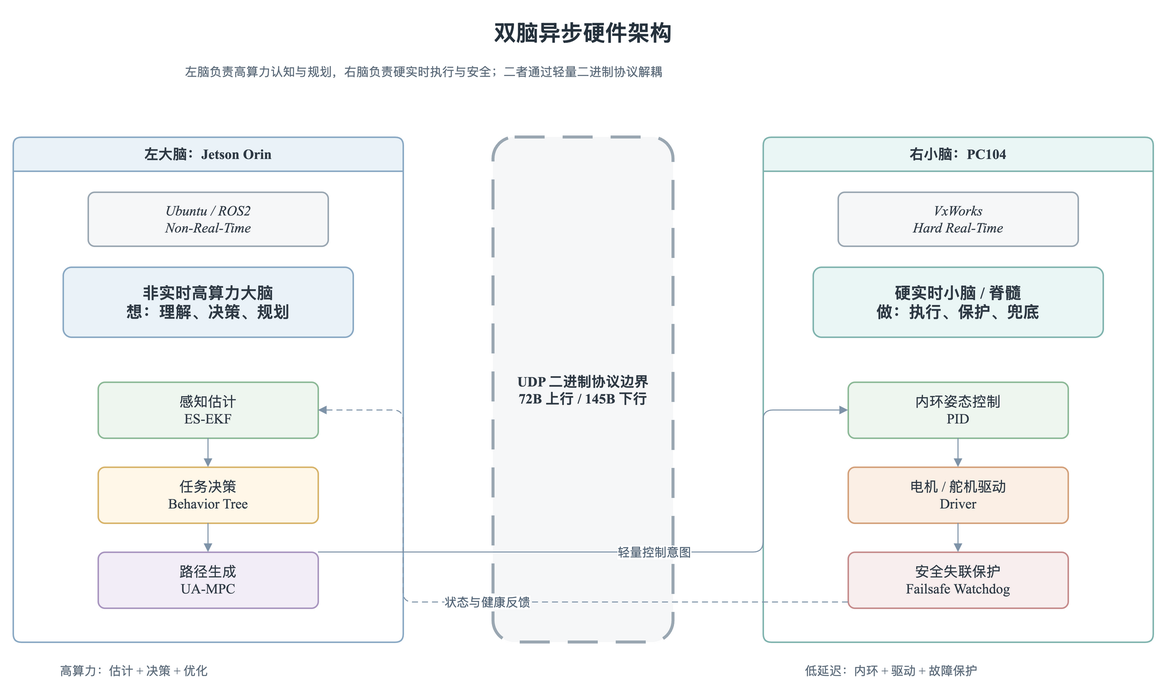
This is docs/thesis/figures/architecture/auv_v2_dual_brain_async_hardware.drawio.png from 360ZMEM/AUV-Master-Project, a draw.io export, as it was before one commit. Source tidied: cells renumbered, new cells last; positions are measured from the earlier drawing's top-left corner, leaving out a move shared by most shapes.
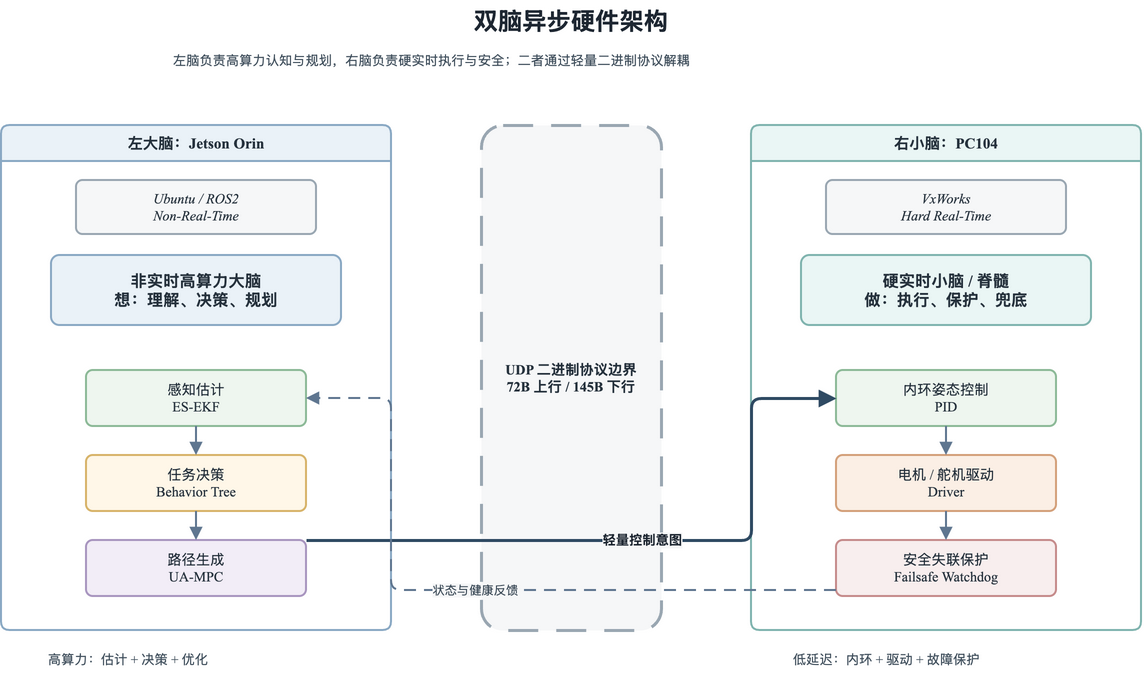
The same diagram one commit later.

What changed in the source:
```diff
@@ -2,70 +2,70 @@
   <root>
     <mxCell id="0" />
     <mxCell id="1" parent="0" />
-    <mxCell id="2" value="双脑异步硬件架构" style="text;html=1;strokeColor=none;fillColor=none;align=center;verticalAlign=middle;whiteSpace=wrap;rounded=0;fontFamily=Noto Serif CJK SC,Times New Roman;fontSize=22;fontStyle=1;fontColor=#26323D;" parent="1" vertex="1">
+    <mxCell id="2" value="双脑异步硬件架构" style="text;html=1;strokeColor=none;fillColor=none;align=center;verticalAlign=middle;whiteSpace=wrap;rounded=0;fontFamily=Noto Serif CJK SC,Times New Roman;fontSize=24;fontStyle=1;fontColor=#1E2732;" parent="1" vertex="1">
       <mxGeometry x="260" width="620" height="42" as="geometry" />
     </mxCell>
-    <mxCell id="3" value="左脑负责高算力认知与规划，右脑负责硬实时执行与安全；二者通过轻量二进制协议解耦" style="text;html=1;strokeColor=none;fillColor=none;align=left;verticalAlign=top;whiteSpace=wrap;rounded=0;fontFamily=Noto Serif CJK SC,Times New Roman;fontSize=12;fontColor=#5C6B7A;" parent="1" vertex="1">
+    <mxCell id="3" value="左脑负责高算力认知与规划，右脑负责硬实时执行与安全；二者通过轻量二进制协议解耦" style="text;html=1;strokeColor=none;fillColor=none;align=left;verticalAlign=top;whiteSpace=wrap;rounded=0;fontFamily=Noto Serif CJK SC,Times New Roman;fontSize=13;fontColor=#43525F;" parent="1" vertex="1">
       <mxGeometry x="170" y="46" width="820" height="34" as="geometry" />
     </mxCell>
-    <mxCell id="4" value="左大脑：Jetson Orin" style="swimlane;whiteSpace=wrap;html=1;startSize=34;rounded=1;arcSize=8;fillColor=#EAF2F8;strokeColor=#8AA9C4;strokeWidth=1.5;fontFamily=Noto Serif CJK SC,Times New Roman;fontSize=14;fontColor=#2F3A45;" parent="1" vertex="1">
+    <mxCell id="4" value="左大脑：Jetson Orin" style="swimlane;whiteSpace=wrap;html=1;startSize=36;rounded=1;arcSize=8;fillColor=#EAF2F8;strokeColor=#8AA9C4;strokeWidth=2;fontFamily=Noto Serif CJK SC,Times New Roman;fontSize=14;fontColor=#26323D;fontStyle=1;fontSize=15;" parent="1" vertex="1">
       <mxGeometry y="125" width="390" height="505" as="geometry" />
     </mxCell>
-    <mxCell id="5" value="右小脑：PC104" style="swimlane;whiteSpace=wrap;html=1;startSize=34;rounded=1;arcSize=8;fillColor=#EAF6F5;strokeColor=#80B4AF;strokeWidth=1.5;fontFamily=Noto Serif CJK SC,Times New Roman;fontSize=14;fontColor=#2F3A45;" parent="1" vertex="1">
+    <mxCell id="5" value="右小脑：PC104" style="swimlane;whiteSpace=wrap;html=1;startSize=36;rounded=1;arcSize=8;fillColor=#EAF6F5;strokeColor=#80B4AF;strokeWidth=2;fontFamily=Noto Serif CJK SC,Times New Roman;fontSize=14;fontColor=#26323D;fontStyle=1;fontSize=15;" parent="1" vertex="1">
       <mxGeometry x="750" y="125" width="390" height="505" as="geometry" />
     </mxCell>
-    <mxCell id="6" value="UDP 二进制协议边界&#10;72B 上行 / 145B 下行" style="rounded=1;whiteSpace=wrap;html=1;arcSize=12;fillColor=#F6F7F8;strokeColor=#9AA7B2;strokeWidth=1.5;spacing=8;fontFamily=Noto Serif CJK SC,Times New Roman;fontSize=14;fontColor=#2F3A45;dashed=1;dashPattern=10 6;strokeWidth=3;fontStyle=1;" parent="1" vertex="1">
+    <mxCell id="6" value="UDP 二进制协议边界&#10;72B 上行 / 145B 下行" style="rounded=1;whiteSpace=wrap;html=1;arcSize=12;fillColor=#F6F7F8;strokeColor=#9AA7B2;strokeWidth=2;spacing=8;shadow=0;fontFamily=Noto Serif CJK SC,Times New Roman;fontSize=14;fontColor=#26323D;dashed=1;dashPattern=10 6;strokeWidth=3;fontStyle=1;" parent="1" vertex="1">
       <mxGeometry x="480" y="125" width="180" height="505" as="geometry" />
     </mxCell>
-    <mxCell id="7" value="Ubuntu / ROS2&#10;Non-Real-Time" style="rounded=1;whiteSpace=wrap;html=1;arcSize=12;fillColor=#F6F7F8;strokeColor=#9AA7B2;strokeWidth=1.5;spacing=8;fontFamily=Noto Serif CJK SC,Times New Roman;fontSize=14;fontColor=#2F3A45;fontStyle=2;" parent="4" vertex="1">
+    <mxCell id="7" value="Ubuntu / ROS2&#10;Non-Real-Time" style="rounded=1;whiteSpace=wrap;html=1;arcSize=12;fillColor=#F6F7F8;strokeColor=#9AA7B2;strokeWidth=2;spacing=8;shadow=0;fontFamily=Noto Serif CJK SC,Times New Roman;fontSize=14;fontColor=#26323D;fontStyle=2;" parent="4" vertex="1">
       <mxGeometry x="75" y="55" width="240" height="54" as="geometry" />
     </mxCell>
-    <mxCell id="8" value="非实时高算力大脑&#10;想：理解、决策、规划" style="rounded=1;whiteSpace=wrap;html=1;arcSize=12;fillColor=#EAF2F8;strokeColor=#8AA9C4;strokeWidth=1.5;spacing=8;fontFamily=Noto Serif CJK SC,Times New Roman;fontSize=14;fontColor=#2F3A45;fontSize=16;fontStyle=1;" parent="4" vertex="1">
+    <mxCell id="8" value="非实时高算力大脑&#10;想：理解、决策、规划" style="rounded=1;whiteSpace=wrap;html=1;arcSize=12;fillColor=#EAF2F8;strokeColor=#8AA9C4;strokeWidth=2;spacing=8;shadow=0;fontFamily=Noto Serif CJK SC,Times New Roman;fontSize=14;fontColor=#26323D;fontSize=16;fontStyle=1;" parent="4" vertex="1">
       <mxGeometry x="50" y="130" width="290" height="70" as="geometry" />
     </mxCell>
-    <mxCell id="9" value="感知估计&#10;ES-EKF" style="rounded=1;whiteSpace=wrap;html=1;arcSize=12;fillColor=#EEF6EF;strokeColor=#8DBA98;strokeWidth=1.5;spacing=8;fontFamily=Noto Serif CJK SC,Times New Roman;fontSize=14;fontColor=#2F3A45;" parent="4" vertex="1">
+    <mxCell id="9" value="感知估计&#10;ES-EKF" style="rounded=1;whiteSpace=wrap;html=1;arcSize=12;fillColor=#EEF6EF;strokeColor=#8DBA98;strokeWidth=2;spacing=8;shadow=0;fontFamily=Noto Serif CJK SC,Times New Roman;fontSize=14;fontColor=#26323D;" parent="4" vertex="1">
       <mxGeometry x="85" y="245" width="220" height="56" as="geometry" />
     </mxCell>
-    <mxCell id="10" value="任务决策&#10;Behavior Tree" style="rounded=1;whiteSpace=wrap;html=1;arcSize=12;fillColor=#FFF7E8;strokeColor=#D8B46A;strokeWidth=1.5;spacing=8;fontFamily=Noto Serif CJK SC,Times New Roman;fontSize=14;fontColor=#2F3A45;" parent="4" vertex="1">
+    <mxCell id="10" value="任务决策&#10;Behavior Tree" style="rounded=1;whiteSpace=wrap;html=1;arcSize=12;fillColor=#FFF7E8;strokeColor=#D8B46A;strokeWidth=2;spacing=8;shadow=0;fontFamily=Noto Serif CJK SC,Times New Roman;fontSize=14;fontColor=#26323D;" parent="4" vertex="1">
       <mxGeometry x="85" y="330" width="220" height="56" as="geometry" />
     </mxCell>
-    <mxCell id="11" value="路径生成&#10;UA-MPC" style="rounded=1;whiteSpace=wrap;html=1;arcSize=12;fillColor=#F2EDF7;strokeColor=#A996C0;strokeWidth=1.5;spacing=8;fontFamily=Noto Serif CJK SC,Times New Roman;fontSize=14;fontColor=#2F3A45;" parent="4" vertex="1">
+    <mxCell id="11" value="路径生成&#10;UA-MPC" style="rounded=1;whiteSpace=wrap;html=1;arcSize=12;fillColor=#F2EDF7;strokeColor=#A996C0;strokeWidth=2;spacing=8;shadow=0;fontFamily=Noto Serif CJK SC,Times New Roman;fontSize=14;fontColor=#26323D;" parent="4" vertex="1">
       <mxGeometry x="85" y="415" width="220" height="56" as="geometry" />
     </mxCell>
-    <mxCell id="12" value="VxWorks&#10;Hard Real-Time" style="rounded=1;whiteSpace=wrap;html=1;arcSize=12;fillColor=#F6F7F8;strokeColor=#9AA7B2;strokeWidth=1.5;spacing=8;fontFamily=Noto Serif CJK SC,Times New Roman;fontSize=14;fontColor=#2F3A45;fontStyle=2;" parent="5" vertex="1">
+    <mxCell id="12" value="VxWorks&#10;Hard Real-Time" style="rounded=1;whiteSpace=wrap;html=1;arcSize=12;fillColor=#F6F7F8;strokeColor=#9AA7B2;strokeWidth=2;spacing=8;shadow=0;fontFamily=Noto Serif CJK SC,Times New Roman;fontSize=14;fontColor=#26323D;fontStyle=2;" parent="5" vertex="1">
       <mxGeometry x="75" y="55" width="240" height="54" as="geometry" />
     </mxCell>
-    <mxCell id="13" value="硬实时小脑 / 脊髓&#10;做：执行、保护、兜底" style="rounded=1;whiteSpace=wrap;html=1;arcSize=12;fillColor=#EAF6F5;strokeColor=#80B4AF;strokeWidth=1.5;spacing=8;fontFamily=Noto Serif CJK SC,Times New Roman;fontSize=14;fontColor=#2F3A45;fontSize=16;fontStyle=1;" parent="5" vertex="1">
+    <mxCell id="13" value="硬实时小脑 / 脊髓&#10;做：执行、保护、兜底" style="rounded=1;whiteSpace=wrap;html=1;arcSize=12;fillColor=#EAF6F5;strokeColor=#80B4AF;strokeWidth=2;spacing=8;shadow=0;fontFamily=Noto Serif CJK SC,Times New Roman;fontSize=14;fontColor=#26323D;fontSize=16;fontStyle=1;" parent="5" vertex="1">
       <mxGeometry x="50" y="130" width="290" height="70" as="geometry" />
     </mxCell>
-    <mxCell id="14" value="内环姿态控制&#10;PID" style="rounded=1;whiteSpace=wrap;html=1;arcSize=12;fillColor=#EEF6EF;strokeColor=#8DBA98;strokeWidth=1.5;spacing=8;fontFamily=Noto Serif CJK SC,Times New Roman;fontSize=14;fontColor=#2F3A45;" parent="5" vertex="1">
+    <mxCell id="14" value="内环姿态控制&#10;PID" style="rounded=1;whiteSpace=wrap;html=1;arcSize=12;fillColor=#EEF6EF;strokeColor=#8DBA98;strokeWidth=2;spacing=8;shadow=0;fontFamily=Noto Serif CJK SC,Times New Roman;fontSize=14;fontColor=#26323D;" parent="5" vertex="1">
       <mxGeometry x="85" y="245" width="220" height="56" as="geometry" />
     </mxCell>
-    <mxCell id="15" value="电机 / 舵机驱动&#10;Driver" style="rounded=1;whiteSpace=wrap;html=1;arcSize=12;fillColor=#FBEFE5;strokeColor=#D4A17B;strokeWidth=1.5;spacing=8;fontFamily=Noto Serif CJK SC,Times New Roman;fontSize=14;fontColor=#2F3A45;" parent="5" vertex="1">
+    <mxCell id="15" value="电机 / 舵机驱动&#10;Driver" style="rounded=1;whiteSpace=wrap;html=1;arcSize=12;fillColor=#FBEFE5;strokeColor=#D4A17B;strokeWidth=2;spacing=8;shadow=0;fontFamily=Noto Serif CJK SC,Times New Roman;fontSize=14;fontColor=#26323D;" parent="5" vertex="1">
       <mxGeometry x="85" y="330" width="220" height="56" as="geometry" />
     </mxCell>
-    <mxCell id="16" value="安全失联保护&#10;Failsafe Watchdog" style="rounded=1;whiteSpace=wrap;html=1;arcSize=12;fillColor=#F8EEEE;strokeColor=#C68C8C;strokeWidth=1.5;spacing=8;fontFamily=Noto Serif CJK SC,Times New Roman;fontSize=14;fontColor=#2F3A45;" parent="5" vertex="1">
+    <mxCell id="16" value="安全失联保护&#10;Failsafe Watchdog" style="rounded=1;whiteSpace=wrap;html=1;arcSize=12;fillColor=#F8EEEE;strokeColor=#C68C8C;strokeWidth=2;spacing=8;shadow=0;fontFamily=Noto Serif CJK SC,Times New Roman;fontSize=14;fontColor=#26323D;" parent="5" vertex="1">
       <mxGeometry x="85" y="415" width="220" height="56" as="geometry" />
     </mxCell>
-    <mxCell id="17" value="高算力：估计 + 决策 + 优化" style="text;html=1;strokeColor=none;fillColor=none;align=left;verticalAlign=top;whiteSpace=wrap;rounded=0;fontFamily=Noto Serif CJK SC,Times New Roman;fontSize=12;fontColor=#5C6B7A;" parent="1" vertex="1">
+    <mxCell id="17" value="高算力：估计 + 决策 + 优化" style="text;html=1;strokeColor=none;fillColor=none;align=left;verticalAlign=top;whiteSpace=wrap;rounded=0;fontFamily=Noto Serif CJK SC,Times New Roman;fontSize=13;fontColor=#43525F;" parent="1" vertex="1">
       <mxGeometry x="45" y="645" width="310" height="34" as="geometry" />
     </mxCell>
-    <mxCell id="18" value="低延迟：内环 + 驱动 + 故障保护" style="text;html=1;strokeColor=none;fillColor=none;align=left;verticalAlign=top;whiteSpace=wrap;rounded=0;fontFamily=Noto Serif CJK SC,Times New Roman;fontSize=12;fontColor=#5C6B7A;" parent="1" vertex="1">
+    <mxCell id="18" value="低延迟：内环 + 驱动 + 故障保护" style="text;html=1;strokeColor=none;fillColor=none;align=left;verticalAlign=top;whiteSpace=wrap;rounded=0;fontFamily=Noto Serif CJK SC,Times New Roman;fontSize=13;fontColor=#43525F;" parent="1" vertex="1">
       <mxGeometry x="790" y="645" width="340" height="34" as="geometry" />
     </mxCell>
-    <mxCell id="19" style="edgeStyle=orthogonalEdgeStyle;rounded=1;jettySize=auto;html=1;strokeColor=#7E93A8;fontColor=#536577;fontSize=12;endArrow=block;endFill=1;exitX=0.5;exitY=1;entryX=0.5;entryY=0;" parent="1" edge="1" source="9" target="10">
+    <mxCell id="19" style="edgeStyle=orthogonalEdgeStyle;rounded=1;jettySize=auto;html=1;strokeColor=#5F7690;fontColor=#3B4A57;fontSize=12;strokeWidth=2;labelBackgroundColor=#F6F7F8;labelBorderColor=none;endArrow=block;endFill=1;endSize=8;exitX=0.5;exitY=1;entryX=0.5;entryY=0;" parent="1" edge="1" source="9" target="10">
       <mxGeometry relative="1" as="geometry" />
     </mxCell>
-    <mxCell id="20" style="edgeStyle=orthogonalEdgeStyle;rounded=1;jettySize=auto;html=1;strokeColor=#7E93A8;fontColor=#536577;fontSize=12;endArrow=block;endFill=1;exitX=0.5;exitY=1;entryX=0.5;entryY=0;" parent="1" edge="1" source="10" target="11">
+    <mxCell id="20" style="edgeStyle=orthogonalEdgeStyle;rounded=1;jettySize=auto;html=1;strokeColor=#5F7690;fontColor=#3B4A57;fontSize=12;strokeWidth=2;labelBackgroundColor=#F6F7F8;labelBorderColor=none;endArrow=block;endFill=1;endSize=8;exitX=0.5;exitY=1;entryX=0.5;entryY=0;" parent="1" edge="1" source="10" target="11">
       <mxGeometry relative="1" as="geometry" />
     </mxCell>
-    <mxCell id="21" style="edgeStyle=orthogonalEdgeStyle;rounded=1;jettySize=auto;html=1;strokeColor=#7E93A8;fontColor=#536577;fontSize=12;endArrow=block;endFill=1;exitX=0.5;exitY=1;entryX=0.5;entryY=0;" parent="1" edge="1" source="14" target="15">
+    <mxCell id="21" style="edgeStyle=orthogonalEdgeStyle;rounded=1;jettySize=auto;html=1;strokeColor=#5F7690;fontColor=#3B4A57;fontSize=12;strokeWidth=2;labelBackgroundColor=#F6F7F8;labelBorderColor=none;endArrow=block;endFill=1;endSize=8;exitX=0.5;exitY=1;entryX=0.5;entryY=0;" parent="1" edge="1" source="14" target="15">
       <mxGeometry relative="1" as="geometry" />
     </mxCell>
-    <mxCell id="22" style="edgeStyle=orthogonalEdgeStyle;rounded=1;jettySize=auto;html=1;strokeColor=#7E93A8;fontColor=#536577;fontSize=12;endArrow=block;endFill=1;exitX=0.5;exitY=1;entryX=0.5;entryY=0;" parent="1" edge="1" source="15" target="16">
+    <mxCell id="22" style="edgeStyle=orthogonalEdgeStyle;rounded=1;jettySize=auto;html=1;strokeColor=#5F7690;fontColor=#3B4A57;fontSize=12;strokeWidth=2;labelBackgroundColor=#F6F7F8;labelBorderColor=none;endArrow=block;endFill=1;endSize=8;exitX=0.5;exitY=1;entryX=0.5;entryY=0;" parent="1" edge="1" source="15" target="16">
       <mxGeometry relative="1" as="geometry" />
     </mxCell>
-    <mxCell id="23" value="轻量控制意图" style="edgeStyle=orthogonalEdgeStyle;rounded=1;jettySize=auto;html=1;strokeColor=#7E93A8;fontColor=#536577;fontSize=12;endArrow=block;endFill=1;exitX=1;entryX=0;" parent="1" edge="1" source="11" target="14">
+    <mxCell id="23" value="轻量控制意图" style="edgeStyle=orthogonalEdgeStyle;rounded=1;jettySize=auto;html=1;strokeColor=#2F4A63;fontColor=#1E2732;fontSize=13;fontStyle=1;strokeWidth=3;labelBackgroundColor=#F6F7F8;labelBorderColor=none;endArrow=block;endFill=1;endSize=10;exitX=1;entryX=0;" parent="1" edge="1" source="11" target="14">
       <mxGeometry relative="1" as="geometry">
         <Array as="points">
           <mxPoint x="480" y="540" />
@@ -74,7 +74,7 @@
         </Array>
       </mxGeometry>
     </mxCell>
-    <mxCell id="24" value="状态与健康反馈" style="edgeStyle=orthogonalEdgeStyle;rounded=1;jettySize=auto;html=1;strokeColor=#7E93A8;fontColor=#536577;fontSize=12;endArrow=block;endFill=1;dashed=1;dashPattern=6 4;exitX=0;entryX=1;" parent="1" edge="1" source="16" target="9">
+    <mxCell id="24" value="状态与健康反馈" style="edgeStyle=orthogonalEdgeStyle;rounded=1;jettySize=auto;html=1;strokeColor=#5F7690;fontColor=#3B4A57;fontSize=12;strokeWidth=2;labelBackgroundColor=#F6F7F8;labelBorderColor=none;endArrow=block;endFill=1;endSize=8;dashed=1;dashPattern=6 4;exitX=0;entryX=1;" parent="1" edge="1" source="16" target="9">
       <mxGeometry relative="1" as="geometry">
         <Array as="points">
           <mxPoint x="660" y="590" />
```
